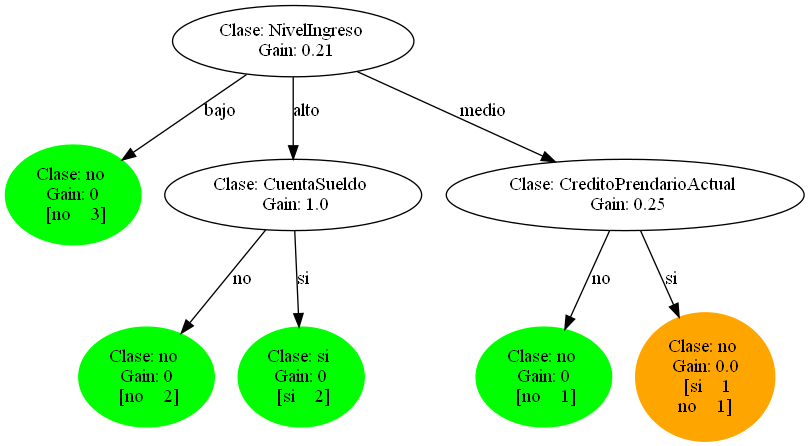
The Graphviz diagram test_output/gain.png in AlejandroFNadal/ia_decision_trees, before a commit. Its source is kept beside it as test_output/gain.dot.
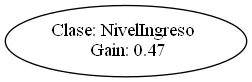
After the commit.

Change to the diagram source:
```diff
@@ -1,31 +1,4 @@
 digraph {
 	0 [label="Clase: NivelIngreso
- Gain: 0.21"]
-	1 [label="Clase: no
- Gain: 0
- [no    3]" color=green style=filled]
-	0 -> 1 [label=bajo splines=line]
-	2 [label="Clase: CuentaSueldo
- Gain: 1.0"]
-	0 -> 2 [label=alto splines=line]
-	3 [label="Clase: no
- Gain: 0
- [no    2]" color=green style=filled]
-	2 -> 3 [label=no splines=line]
-	4 [label="Clase: si
- Gain: 0
- [si    2]" color=green style=filled]
-	2 -> 4 [label=si splines=line]
-	5 [label="Clase: CreditoPrendarioActual
- Gain: 0.25"]
-	0 -> 5 [label=medio splines=line]
-	6 [label="Clase: no
- Gain: 0
- [no    1]" color=green style=filled]
-	5 -> 6 [label=no splines=line]
-	7 [label="Clase: no
- Gain: 0.0
- [si    1
-no    1]" color=orange style=filled]
-	5 -> 7 [label=si splines=line]
+ Gain: 0.47"]
 }
```
